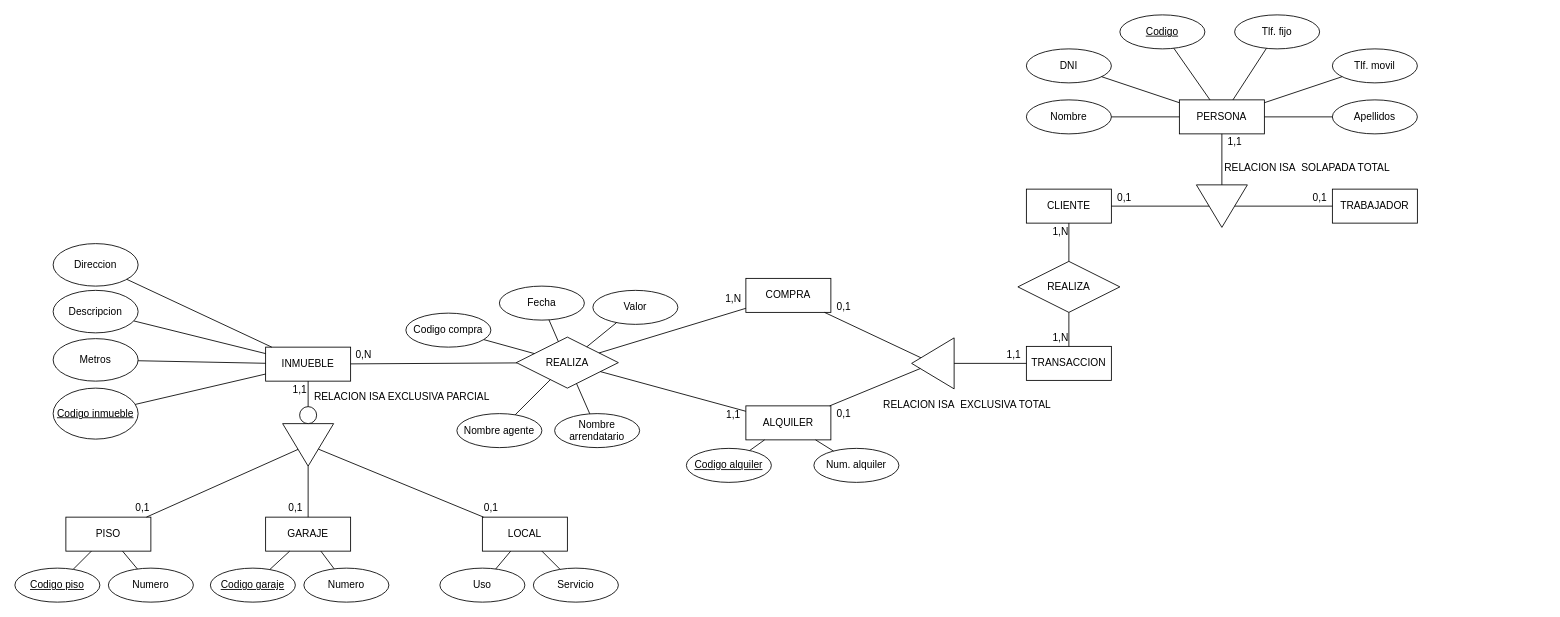
The draw.io diagram TA12_UD12_18.drawio in GaRaul/JavaBootcampSession11, before the edit. Source tidied: cells renumbered, new cells numbered last; positions are measured from the earlier drawing's top-left corner, leaving out a move shared by most shapes. Both pictures are drawn from the tidied source at 85%, with x=0, y=0 at pixel (14, 14).
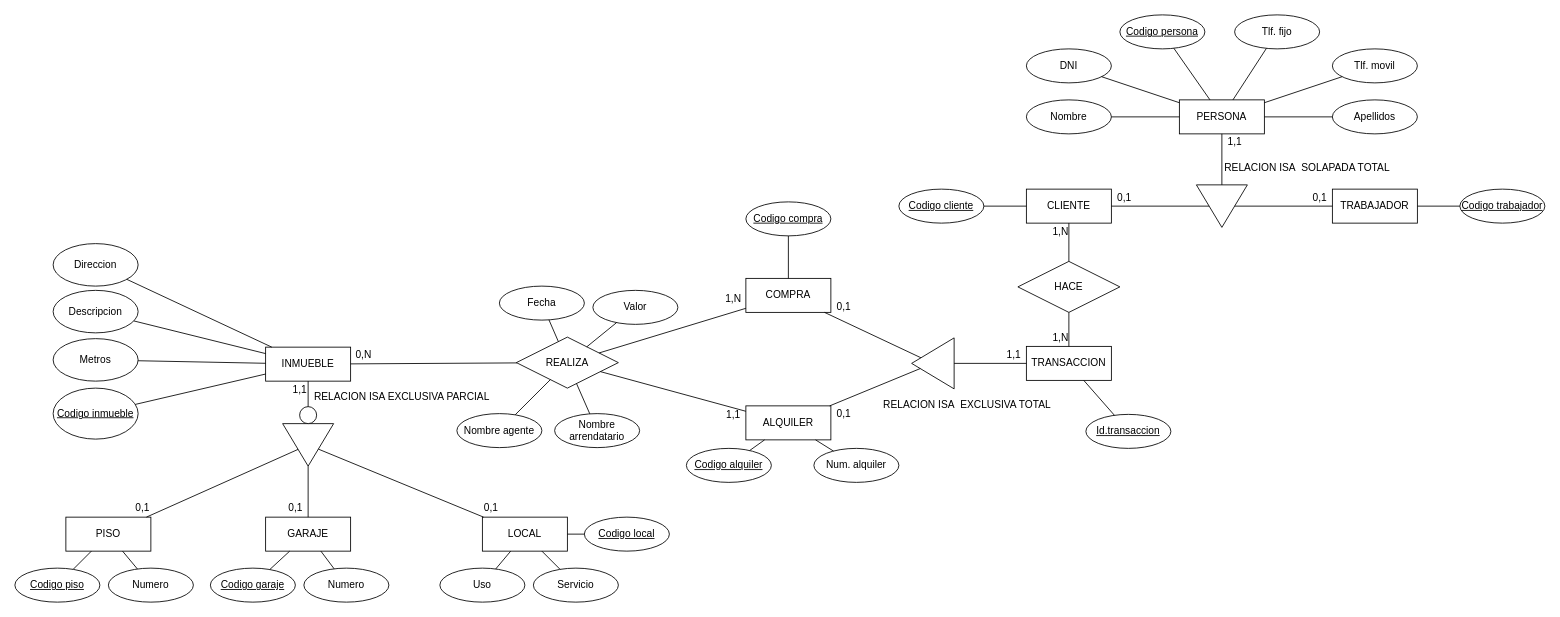
The same diagram, later.

Commit message (it also covers changes not shown here):
MODIFICACION EJERCICIOS 4 Y 18 UD12

Unchanged cells that the change refers to:
```xml
<mxCell id="2" value="CLIENTE" style="whiteSpace=wrap;html=1;align=center;" parent="1" vertex="1">
  <mxGeometry x="1190" y="205" width="100" height="40" as="geometry" />
</mxCell>
<mxCell id="4" value="TRABAJADOR" style="whiteSpace=wrap;html=1;align=center;" parent="1" vertex="1">
  <mxGeometry x="1550" y="205" width="100" height="40" as="geometry" />
</mxCell>
<mxCell id="24" value="LOCAL" style="whiteSpace=wrap;html=1;align=center;" parent="1" vertex="1">
  <mxGeometry x="550" y="590.9" width="100" height="40" as="geometry" />
</mxCell>
<mxCell id="53" value="TRANSACCION" style="whiteSpace=wrap;html=1;align=center;" parent="1" vertex="1">
  <mxGeometry x="1190" y="390" width="100" height="40" as="geometry" />
</mxCell>
<mxCell id="55" value="COMPRA" style="whiteSpace=wrap;html=1;align=center;" parent="1" vertex="1">
  <mxGeometry x="860" y="310" width="100" height="40" as="geometry" />
</mxCell>
<mxCell id="67" value="REALIZA" style="shape=rhombus;perimeter=rhombusPerimeter;whiteSpace=wrap;html=1;align=center;" parent="1" vertex="1">
  <mxGeometry x="590" y="379.1" width="120" height="60" as="geometry" />
</mxCell>
```

Diff of the diagram source:
```diff
@@
-    <mxCell id="14" value="&lt;u&gt;Codigo&lt;/u&gt;" style="ellipse;whiteSpace=wrap;html=1;align=center;" parent="1" vertex="1">
+    <mxCell id="14" value="&lt;u&gt;Codigo persona&lt;/u&gt;" style="ellipse;whiteSpace=wrap;html=1;align=center;" parent="1" vertex="1">
       <mxGeometry x="1300" width="100" height="40" as="geometry" />
     </mxCell>
@@
-    <mxCell id="60" value="REALIZA" style="shape=rhombus;perimeter=rhombusPerimeter;whiteSpace=wrap;html=1;align=center;" parent="1" vertex="1">
+    <mxCell id="60" value="HACE" style="shape=rhombus;perimeter=rhombusPerimeter;whiteSpace=wrap;html=1;align=center;" parent="1" vertex="1">
       <mxGeometry x="1180" y="290" width="120" height="60" as="geometry" />
     </mxCell>
@@
-    <mxCell id="62" value="Codigo compra" style="ellipse;whiteSpace=wrap;html=1;align=center;" parent="1" vertex="1">
-      <mxGeometry x="460" y="350.9" width="100" height="40" as="geometry" />
+    <mxCell id="62" value="&lt;u&gt;Codigo compra&lt;/u&gt;" style="ellipse;whiteSpace=wrap;html=1;align=center;" parent="1" vertex="1">
+      <mxGeometry x="860" y="220" width="100" height="40" as="geometry" />
     </mxCell>
@@
-    <mxCell id="75" style="endArrow=none;html=1;rounded=0;" parent="1" edge="1" source="62" target="67">
+    <mxCell id="75" style="endArrow=none;html=1;rounded=0;" parent="1" edge="1" source="62" target="55">
       <mxGeometry relative="1" as="geometry" />
     </mxCell>
@@
+    <mxCell id="98" value="&lt;u&gt;Id.transaccion&lt;/u&gt;" style="ellipse;whiteSpace=wrap;html=1;align=center;" parent="1" vertex="1">
+      <mxGeometry x="1260" y="470" width="100" height="40" as="geometry" />
+    </mxCell>
+    <mxCell id="99" style="endArrow=none;html=1;rounded=0;" parent="1" edge="1" source="98" target="53">
+      <mxGeometry relative="1" as="geometry" />
+    </mxCell>
+    <mxCell id="100" value="&lt;u&gt;Codigo local&lt;/u&gt;" style="ellipse;whiteSpace=wrap;html=1;align=center;" parent="1" vertex="1">
+      <mxGeometry x="670" y="590.9" width="100" height="40" as="geometry" />
+    </mxCell>
+    <mxCell id="101" style="endArrow=none;html=1;rounded=0;" parent="1" edge="1" source="100" target="24">
+      <mxGeometry relative="1" as="geometry" />
+    </mxCell>
+    <mxCell id="102" value="&lt;u&gt;Codigo trabajador&lt;/u&gt;" style="ellipse;whiteSpace=wrap;html=1;align=center;" parent="1" vertex="1">
+      <mxGeometry x="1700" y="205" width="100" height="40" as="geometry" />
+    </mxCell>
+    <mxCell id="103" value="&lt;u&gt;Codigo cliente&lt;/u&gt;" style="ellipse;whiteSpace=wrap;html=1;align=center;" parent="1" vertex="1">
+      <mxGeometry x="1040" y="205" width="100" height="40" as="geometry" />
+    </mxCell>
+    <mxCell id="104" style="endArrow=none;html=1;rounded=0;" parent="1" edge="1" source="102" target="4">
+      <mxGeometry relative="1" as="geometry" />
+    </mxCell>
+    <mxCell id="105" style="endArrow=none;html=1;rounded=0;" parent="1" edge="1" source="2" target="103">
+      <mxGeometry relative="1" as="geometry" />
+    </mxCell>
```
